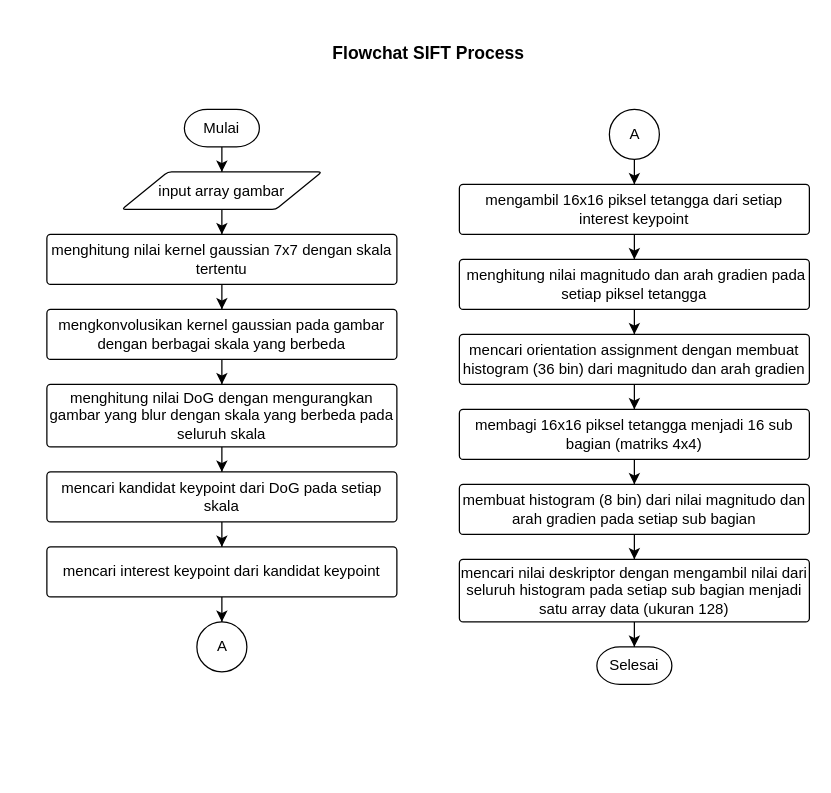
Earlier version of the draw.io diagram page "Flowchart SIFT" (8 of 13) of Tugas Akhir.drawio (RTAgung/tugas-akhir). Source tidied: cells renumbered, new cells numbered last; positions are measured from the earlier drawing's top-left corner, leaving out a move shared by most shapes. Both pictures are drawn from the tidied source at 125%, with x=0, y=0 at pixel (46, 34).
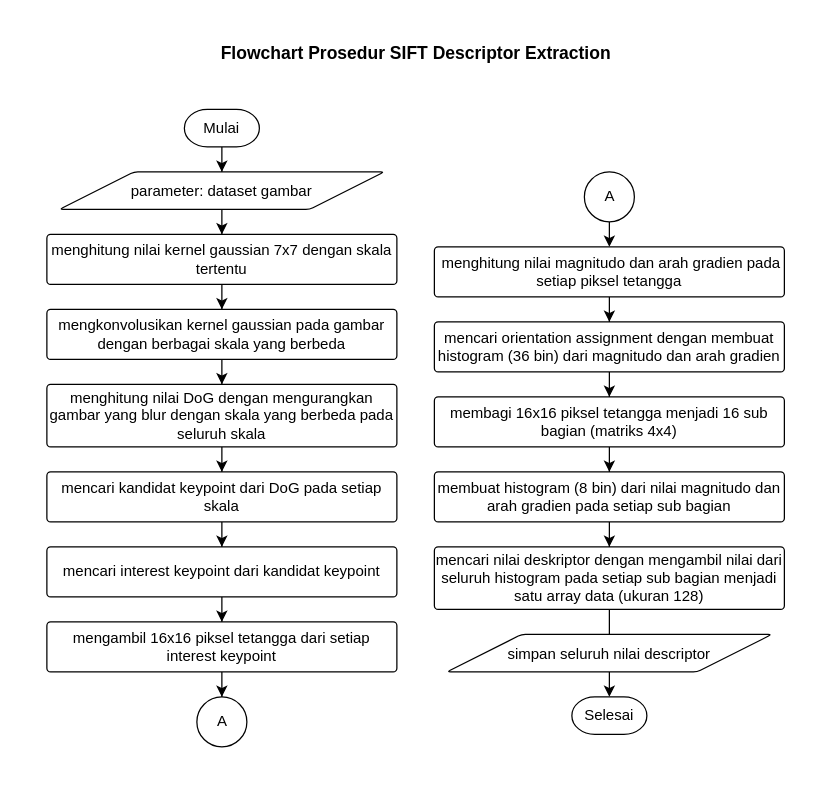
The same page after the edit.

The change refers to these unchanged cells:
```xml
<mxCell id="16" value="mencari interest keypoint dari kandidat keypoint" style="rounded=1;whiteSpace=wrap;html=1;absoluteArcSize=1;arcSize=6;strokeWidth=1;" parent="1" vertex="1">
  <mxGeometry y="410" width="280" height="40" as="geometry" />
</mxCell>
```

What changed in the source:
```diff
@@
+    <mxCell id="35" style="rounded=0;whiteSpace=wrap;html=1;strokeColor=none;" parent="1" vertex="1">
+      <mxGeometry x="-20" y="-10" width="630" height="600" as="geometry" />
+    </mxCell>
@@
     <mxCell id="4" value="Selesai" style="strokeWidth=1;html=1;shape=mxgraph.flowchart.terminator;whiteSpace=wrap;" parent="1" vertex="1">
-      <mxGeometry x="440" y="490" width="60" height="30" as="geometry" />
+      <mxGeometry x="420" y="530" width="60" height="30" as="geometry" />
     </mxCell>
@@
-    <mxCell id="8" value="&lt;font style=&quot;font-size: 12px;&quot;&gt;input array gambar&lt;/font&gt;" style="shape=parallelogram;html=1;strokeWidth=1;perimeter=parallelogramPerimeter;whiteSpace=wrap;rounded=1;arcSize=6;size=0.23;fontSize=14;" parent="1" vertex="1">
-      <mxGeometry x="60" y="110" width="160" height="30" as="geometry" />
+    <mxCell id="8" value="&lt;font style=&quot;font-size: 12px;&quot;&gt;parameter: dataset gambar&lt;/font&gt;" style="shape=parallelogram;html=1;strokeWidth=1;perimeter=parallelogramPerimeter;whiteSpace=wrap;rounded=1;arcSize=6;size=0.23;fontSize=14;" parent="1" vertex="1">
+      <mxGeometry x="10" y="110" width="260" height="30" as="geometry" />
     </mxCell>
@@
-    <mxCell id="15" style="edgeStyle=orthogonalEdgeStyle;rounded=0;jettySize=auto;html=1;entryX=0.5;entryY=0;entryDx=0;entryDy=0;entryPerimeter=0;fontSize=14;strokeWidth=1;" parent="1" edge="1" source="16" target="29">
-      <mxGeometry relative="1" as="geometry" />
-    </mxCell>
+    <mxCell id="36" style="edgeStyle=orthogonalEdgeStyle;rounded=0;jettySize=auto;html=1;entryX=0.5;entryY=0;entryDx=0;entryDy=0;" parent="1" edge="1" source="16" target="24">
+      <mxGeometry relative="1" as="geometry" />
+    </mxCell>
@@
     <mxCell id="18" value="&amp;nbsp;menghitung nilai magnitudo dan arah gradien pada setiap piksel tetangga" style="rounded=1;whiteSpace=wrap;html=1;absoluteArcSize=1;arcSize=6;strokeWidth=1;" parent="1" vertex="1">
-      <mxGeometry x="330" y="180" width="280" height="40" as="geometry" />
+      <mxGeometry x="310" y="170" width="280" height="40" as="geometry" />
     </mxCell>
@@
     <mxCell id="20" value="mencari orientation assignment dengan membuat histogram (36 bin) dari magnitudo dan arah gradien" style="rounded=1;whiteSpace=wrap;html=1;absoluteArcSize=1;arcSize=6;strokeWidth=1;" parent="1" vertex="1">
-      <mxGeometry x="330" y="240" width="280" height="40" as="geometry" />
+      <mxGeometry x="310" y="230" width="280" height="40" as="geometry" />
     </mxCell>
@@
     <mxCell id="22" value="membagi 16x16 piksel tetangga menjadi 16 sub bagian (matriks 4x4)" style="rounded=1;whiteSpace=wrap;html=1;absoluteArcSize=1;arcSize=6;strokeWidth=1;" parent="1" vertex="1">
-      <mxGeometry x="330" y="300" width="280" height="40" as="geometry" />
+      <mxGeometry x="310" y="290" width="280" height="40" as="geometry" />
     </mxCell>
-    <mxCell id="23" style="edgeStyle=orthogonalEdgeStyle;rounded=0;jettySize=auto;html=1;entryX=0.5;entryY=0;entryDx=0;entryDy=0;fontSize=14;strokeWidth=1;" parent="1" edge="1" source="24" target="18">
-      <mxGeometry relative="1" as="geometry" />
+    <mxCell id="23" style="edgeStyle=orthogonalEdgeStyle;rounded=0;jettySize=auto;html=1;entryX=0.5;entryY=0;entryDx=0;entryDy=0;fontSize=14;strokeWidth=1;" parent="1" edge="1" target="18">
+      <mxGeometry relative="1" as="geometry">
+        <mxPoint x="450" y="150" as="sourcePoint" />
+      </mxGeometry>
     </mxCell>
-    <mxCell id="24" value="mengambil 16x16 piksel tetangga dari setiap interest keypoint" style="rounded=1;whiteSpace=wrap;html=1;absoluteArcSize=1;arcSize=6;strokeWidth=1;" parent="1" vertex="1">
-      <mxGeometry x="330" y="120" width="280" height="40" as="geometry" />
-    </mxCell>
@@
     <mxCell id="26" value="membuat histogram (8 bin) dari nilai magnitudo dan arah gradien pada setiap sub bagian" style="rounded=1;whiteSpace=wrap;html=1;absoluteArcSize=1;arcSize=6;strokeWidth=1;" parent="1" vertex="1">
-      <mxGeometry x="330" y="360" width="280" height="40" as="geometry" />
+      <mxGeometry x="310" y="350" width="280" height="40" as="geometry" />
     </mxCell>
@@
     <mxCell id="28" value="mencari nilai deskriptor dengan mengambil nilai dari seluruh histogram pada setiap sub bagian menjadi satu array data (ukuran 128)" style="rounded=1;whiteSpace=wrap;html=1;absoluteArcSize=1;arcSize=6;strokeWidth=1;" parent="1" vertex="1">
-      <mxGeometry x="330" y="420" width="280" height="50" as="geometry" />
+      <mxGeometry x="310" y="410" width="280" height="50" as="geometry" />
     </mxCell>
     <mxCell id="29" style="verticalLabelPosition=bottom;verticalAlign=top;html=1;shape=mxgraph.flowchart.on-page_reference;fontSize=12;strokeWidth=1;" parent="1" vertex="1">
-      <mxGeometry x="120" y="470" width="40" height="40" as="geometry" />
+      <mxGeometry x="120" y="530" width="40" height="40" as="geometry" />
     </mxCell>
     <mxCell id="30" value="A" style="text;html=1;align=center;verticalAlign=middle;strokeColor=none;fillColor=none;fontSize=12;" parent="1" vertex="1">
-      <mxGeometry x="125" y="475" width="30" height="30" as="geometry" />
+      <mxGeometry x="125" y="535" width="30" height="30" as="geometry" />
     </mxCell>
-    <mxCell id="31" style="edgeStyle=orthogonalEdgeStyle;rounded=0;jettySize=auto;html=1;entryX=0.5;entryY=0;entryDx=0;entryDy=0;fontSize=14;strokeWidth=1;" parent="1" edge="1" source="32" target="24">
-      <mxGeometry relative="1" as="geometry" />
-    </mxCell>
     <mxCell id="32" style="verticalLabelPosition=bottom;verticalAlign=top;html=1;shape=mxgraph.flowchart.on-page_reference;fontSize=12;strokeWidth=1;" parent="1" vertex="1">
-      <mxGeometry x="450" y="60" width="40" height="40" as="geometry" />
+      <mxGeometry x="430" y="110" width="40" height="40" as="geometry" />
     </mxCell>
     <mxCell id="33" value="A" style="text;html=1;align=center;verticalAlign=middle;strokeColor=none;fillColor=none;fontSize=12;" parent="1" vertex="1">
-      <mxGeometry x="455" y="65" width="30" height="30" as="geometry" />
+      <mxGeometry x="435" y="115" width="30" height="30" as="geometry" />
     </mxCell>
-    <mxCell id="34" value="&lt;font style=&quot;font-size: 14px;&quot;&gt;&lt;b&gt;Flowchat SIFT Process&lt;/b&gt;&lt;/font&gt;" style="text;html=1;align=center;verticalAlign=middle;strokeColor=none;fillColor=none;fontSize=12;" parent="1" vertex="1">
-      <mxGeometry x="215" width="180" height="30" as="geometry" />
+    <mxCell id="34" value="&lt;font style=&quot;font-size: 14px;&quot;&gt;&lt;b&gt;Flowchart Prosedur&amp;nbsp;&lt;/b&gt;&lt;/font&gt;&lt;span style=&quot;font-size: 14px;&quot;&gt;&lt;b&gt;SIFT Descriptor Extraction&lt;/b&gt;&lt;/span&gt;" style="text;html=1;align=center;verticalAlign=middle;strokeColor=none;fillColor=none;fontSize=12;" parent="1" vertex="1">
+      <mxGeometry x="125" width="340" height="30" as="geometry" />
     </mxCell>
+    <mxCell id="37" value="&lt;span style=&quot;font-size: 12px;&quot;&gt;simpan seluruh nilai descriptor&lt;/span&gt;" style="shape=parallelogram;html=1;strokeWidth=1;perimeter=parallelogramPerimeter;whiteSpace=wrap;rounded=1;arcSize=6;size=0.23;fontSize=14;" parent="1" vertex="1">
+      <mxGeometry x="320" y="480" width="260" height="30" as="geometry" />
+    </mxCell>
+    <mxCell id="38" style="edgeStyle=orthogonalEdgeStyle;rounded=0;jettySize=auto;html=1;entryX=0.5;entryY=0;entryDx=0;entryDy=0;entryPerimeter=0;" parent="1" edge="1" source="24" target="29">
+      <mxGeometry relative="1" as="geometry" />
+    </mxCell>
+    <mxCell id="24" value="mengambil 16x16 piksel tetangga dari setiap interest keypoint" style="rounded=1;whiteSpace=wrap;html=1;absoluteArcSize=1;arcSize=6;strokeWidth=1;" parent="1" vertex="1">
+      <mxGeometry y="470" width="280" height="40" as="geometry" />
+    </mxCell>
```
